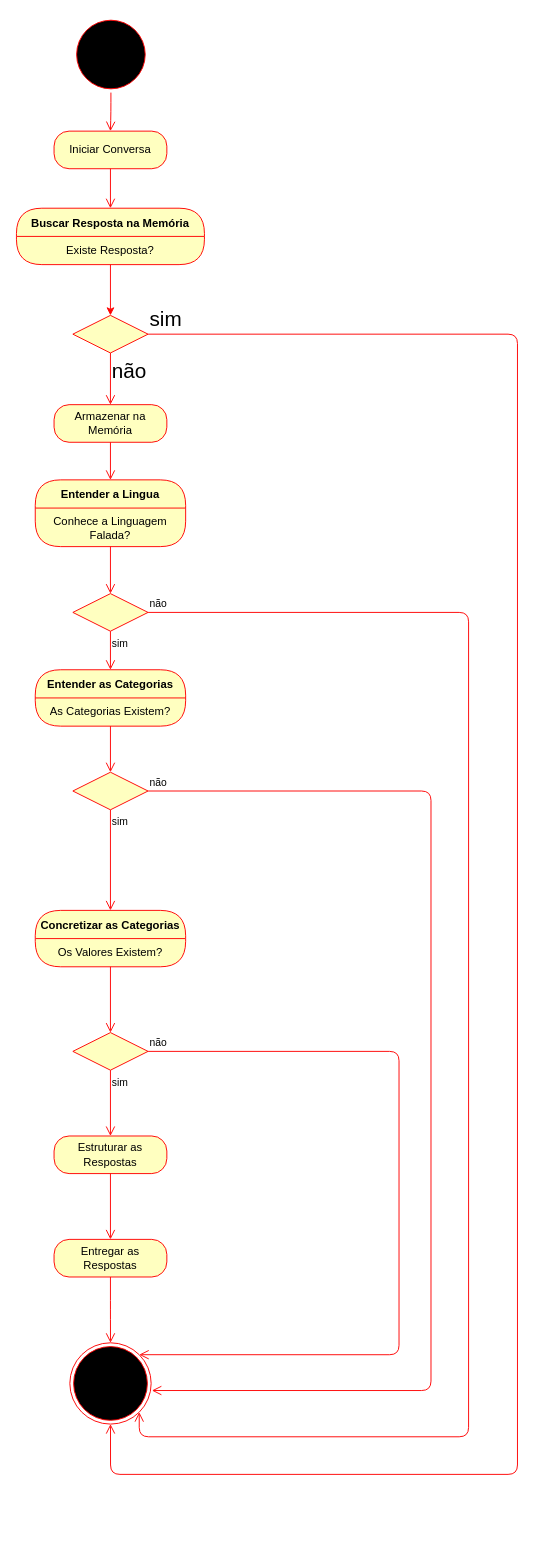
Earlier version of the draw.io diagram docs/diagrama_de_fluxo_aurora.drawio (marvinho-tn/aurora). Source tidied: cells renumbered, new cells numbered last; positions are measured from the earlier drawing's top-left corner, leaving out a move shared by most shapes. Both pictures are drawn from the tidied source at 94%, with x=0, y=0 at pixel (16, 16).
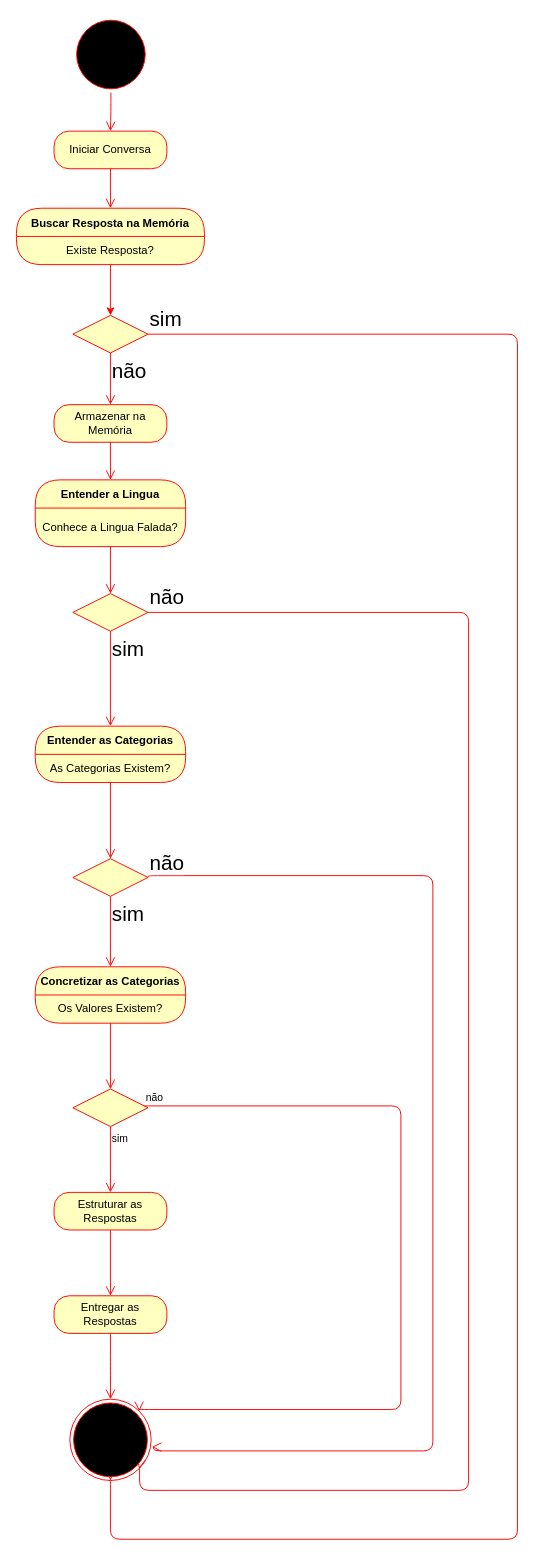
The same page after the edit.

Unchanged cells that the change refers to:
```xml
<mxCell id="8" style="rhombus;whiteSpace=wrap;html=1;fillColor=#ffffc0;strokeColor=#ff0000;" parent="1" vertex="1">
  <mxGeometry x="60" y="318" width="80" height="40" as="geometry" />
</mxCell>
<mxCell id="14" value="Entender a Lingua" style="swimlane;fontStyle=1;align=center;verticalAlign=middle;horizontal=1;startSize=30;fontColor=#000000;rounded=1;arcSize=30;strokeColor=#ff0000;fillColor=#ffffc0;swimlaneFillColor=#ffffc0;" parent="1" vertex="1">
  <mxGeometry x="20" y="493" width="160" height="71" as="geometry" />
</mxCell>
<mxCell id="17" style="rhombus;whiteSpace=wrap;html=1;fillColor=#ffffc0;strokeColor=#ff0000;" parent="1" vertex="1">
  <mxGeometry x="60" y="614" width="80" height="40" as="geometry" />
</mxCell>
```

What changed in the source:
```diff
@@
     <mxCell id="9" value="&lt;font style=&quot;font-size: 22px;&quot;&gt;sim&lt;/font&gt;" style="edgeStyle=orthogonalEdgeStyle;html=1;align=left;verticalAlign=bottom;endArrow=open;endSize=8;strokeColor=#ff0000;entryX=0.5;entryY=1;entryDx=0;entryDy=0;" parent="1" edge="1" source="8" target="36">
       <mxGeometry x="-1" relative="1" as="geometry">
         <Array as="points">
           <mxPoint x="533" y="338" />
-          <mxPoint x="533" y="1551" />
-          <mxPoint x="100" y="1551" />
+          <mxPoint x="533" y="1620" />
+          <mxPoint x="100" y="1620" />
+          <mxPoint x="100" y="1556" />
         </Array>
       </mxGeometry>
     </mxCell>
@@
-    <mxCell id="15" value="Conhece a Linguagem Falada?" style="text;html=1;strokeColor=none;fillColor=none;align=center;verticalAlign=middle;spacingLeft=4;spacingRight=4;whiteSpace=wrap;overflow=hidden;fontColor=#000000;" parent="14" vertex="1">
+    <mxCell id="15" value="Conhece a Lingua Falada?" style="text;html=1;strokeColor=none;fillColor=none;align=center;verticalAlign=middle;spacingLeft=4;spacingRight=4;whiteSpace=wrap;overflow=hidden;fontColor=#000000;" parent="14" vertex="1">
       <mxGeometry y="30" width="160" height="41" as="geometry" />
     </mxCell>
@@
-    <mxCell id="18" value="não" style="edgeStyle=orthogonalEdgeStyle;html=1;align=left;verticalAlign=bottom;endArrow=open;endSize=8;strokeColor=#ff0000;entryX=1;entryY=1;entryDx=0;entryDy=0;" parent="1" edge="1" source="17" target="36">
+    <mxCell id="18" value="&lt;font style=&quot;font-size: 22px;&quot;&gt;não&lt;/font&gt;" style="edgeStyle=orthogonalEdgeStyle;html=1;align=left;verticalAlign=bottom;endArrow=open;endSize=8;strokeColor=#ff0000;entryX=1;entryY=1;entryDx=0;entryDy=0;" parent="1" edge="1" source="17" target="36">
       <mxGeometry x="-1" relative="1" as="geometry">
         <Array as="points">
           <mxPoint x="481" y="634" />
-          <mxPoint x="481" y="1511" />
-          <mxPoint x="131" y="1511" />
+          <mxPoint x="481" y="1568" />
+          <mxPoint x="131" y="1568" />
+          <mxPoint x="131" y="1543" />
         </Array>
       </mxGeometry>
     </mxCell>
-    <mxCell id="19" value="sim" style="edgeStyle=orthogonalEdgeStyle;html=1;align=left;verticalAlign=top;endArrow=open;endSize=8;strokeColor=#ff0000;entryX=0.5;entryY=0;entryDx=0;entryDy=0;" parent="1" edge="1" source="17" target="20">
+    <mxCell id="19" value="&lt;font style=&quot;font-size: 22px;&quot;&gt;sim&lt;/font&gt;" style="edgeStyle=orthogonalEdgeStyle;html=1;align=left;verticalAlign=top;endArrow=open;endSize=8;strokeColor=#ff0000;entryX=0.5;entryY=0;entryDx=0;entryDy=0;" parent="1" edge="1" source="17" target="20">
       <mxGeometry x="-1" relative="1" as="geometry" />
     </mxCell>
     <mxCell id="20" value="Entender as Categorias" style="swimlane;fontStyle=1;align=center;verticalAlign=middle;horizontal=1;startSize=30;fontColor=#000000;rounded=1;arcSize=30;strokeColor=#ff0000;fillColor=#ffffc0;swimlaneFillColor=#ffffc0;" parent="1" vertex="1">
-      <mxGeometry x="20" y="695" width="160" height="60" as="geometry" />
+      <mxGeometry x="20" y="755" width="160" height="60" as="geometry" />
     </mxCell>
@@
     <mxCell id="23" style="rhombus;whiteSpace=wrap;html=1;fillColor=#ffffc0;strokeColor=#ff0000;" parent="1" vertex="1">
-      <mxGeometry x="60" y="804" width="80" height="40" as="geometry" />
+      <mxGeometry x="60" y="896" width="80" height="40" as="geometry" />
     </mxCell>
-    <mxCell id="24" value="não" style="edgeStyle=orthogonalEdgeStyle;html=1;align=left;verticalAlign=bottom;endArrow=open;endSize=8;strokeColor=#ff0000;entryX=1.009;entryY=0.587;entryDx=0;entryDy=0;entryPerimeter=0;" parent="1" edge="1" source="23" target="36">
+    <mxCell id="24" value="&lt;font style=&quot;font-size: 22px;&quot;&gt;não&lt;/font&gt;" style="edgeStyle=orthogonalEdgeStyle;html=1;align=left;verticalAlign=bottom;endArrow=open;endSize=8;strokeColor=#ff0000;entryX=1.009;entryY=0.587;entryDx=0;entryDy=0;entryPerimeter=0;exitX=1;exitY=0.5;exitDx=0;exitDy=0;" parent="1" edge="1" source="23" target="36">
       <mxGeometry x="-1" relative="1" as="geometry">
         <Array as="points">
-          <mxPoint x="441" y="824" />
-          <mxPoint x="441" y="1462" />
+          <mxPoint x="140" y="914" />
+          <mxPoint x="443" y="914" />
+          <mxPoint x="443" y="1526" />
+          <mxPoint x="146" y="1526" />
+          <mxPoint x="146" y="1522" />
         </Array>
       </mxGeometry>
     </mxCell>
-    <mxCell id="25" value="sim" style="edgeStyle=orthogonalEdgeStyle;html=1;align=left;verticalAlign=top;endArrow=open;endSize=8;strokeColor=#ff0000;entryX=0.5;entryY=0;entryDx=0;entryDy=0;" parent="1" edge="1" source="23" target="26">
+    <mxCell id="25" value="&lt;font style=&quot;font-size: 22px;&quot;&gt;sim&lt;/font&gt;" style="edgeStyle=orthogonalEdgeStyle;html=1;align=left;verticalAlign=top;endArrow=open;endSize=8;strokeColor=#ff0000;entryX=0.5;entryY=0;entryDx=0;entryDy=0;" parent="1" edge="1" source="23" target="26">
       <mxGeometry x="-1" relative="1" as="geometry" />
     </mxCell>
     <mxCell id="26" value="Concretizar as Categorias" style="swimlane;fontStyle=1;align=center;verticalAlign=middle;horizontal=1;startSize=30;fontColor=#000000;rounded=1;arcSize=30;strokeColor=#ff0000;fillColor=#ffffc0;swimlaneFillColor=#ffffc0;" parent="1" vertex="1">
-      <mxGeometry x="20" y="951" width="160" height="60" as="geometry" />
+      <mxGeometry x="20" y="1011" width="160" height="60" as="geometry" />
     </mxCell>
@@
     <mxCell id="29" style="rhombus;whiteSpace=wrap;html=1;fillColor=#ffffc0;strokeColor=#ff0000;" parent="1" vertex="1">
-      <mxGeometry x="60" y="1081" width="80" height="40" as="geometry" />
+      <mxGeometry x="60" y="1141" width="80" height="40" as="geometry" />
     </mxCell>
     <mxCell id="30" value="não" style="edgeStyle=orthogonalEdgeStyle;html=1;align=left;verticalAlign=bottom;endArrow=open;endSize=8;strokeColor=#ff0000;entryX=1;entryY=0;entryDx=0;entryDy=0;" parent="1" edge="1" source="29" target="36">
       <mxGeometry x="-1" relative="1" as="geometry">
         <Array as="points">
-          <mxPoint x="407" y="1101" />
-          <mxPoint x="407" y="1424" />
+          <mxPoint x="409" y="1159" />
+          <mxPoint x="409" y="1482" />
         </Array>
       </mxGeometry>
     </mxCell>
@@
     <mxCell id="32" value="Estruturar as Respostas" style="rounded=1;whiteSpace=wrap;html=1;arcSize=40;fontColor=#000000;fillColor=#ffffc0;strokeColor=#ff0000;" parent="1" vertex="1">
-      <mxGeometry x="40" y="1191" width="120" height="40" as="geometry" />
+      <mxGeometry x="40" y="1251" width="120" height="40" as="geometry" />
     </mxCell>
@@
     <mxCell id="34" value="Entregar as Respostas" style="rounded=1;whiteSpace=wrap;html=1;arcSize=40;fontColor=#000000;fillColor=#ffffc0;strokeColor=#ff0000;" parent="1" vertex="1">
-      <mxGeometry x="40" y="1301" width="120" height="40" as="geometry" />
+      <mxGeometry x="40" y="1361" width="120" height="40" as="geometry" />
     </mxCell>
@@
     <mxCell id="36" style="ellipse;html=1;shape=endState;fillColor=#000000;strokeColor=#ff0000;" parent="1" vertex="1">
-      <mxGeometry x="56.8" y="1411" width="86.5" height="86.5" as="geometry" />
+      <mxGeometry x="56.8" y="1471" width="86.5" height="86.5" as="geometry" />
     </mxCell>
```
